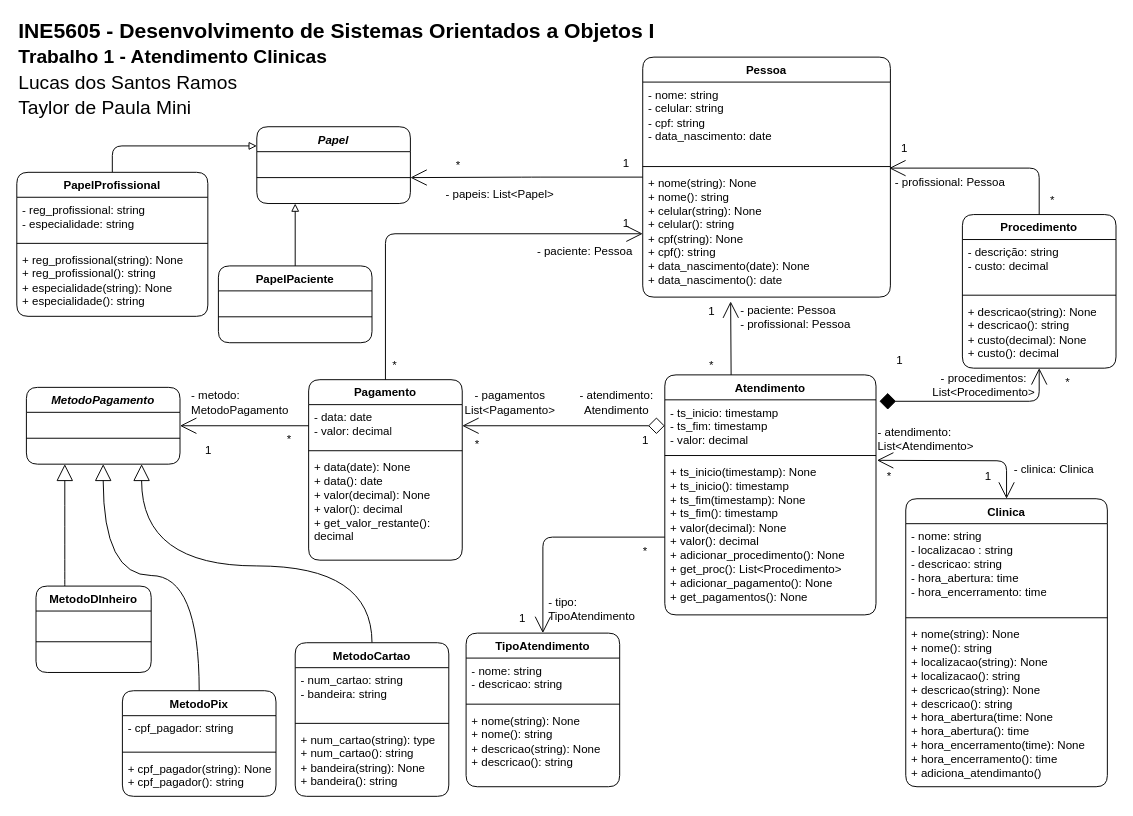
Earlier version of the draw.io diagram docs/Diagrama Clinica UML.drawio (ramoslucas-lr/ine5605-gerenciador-clinicas). Source tidied: cells renumbered, new cells numbered last; positions are measured from the earlier drawing's top-left corner, leaving out a move shared by most shapes. Both pictures are drawn from the tidied source at 96%, with x=0, y=0 at pixel (16, 16).
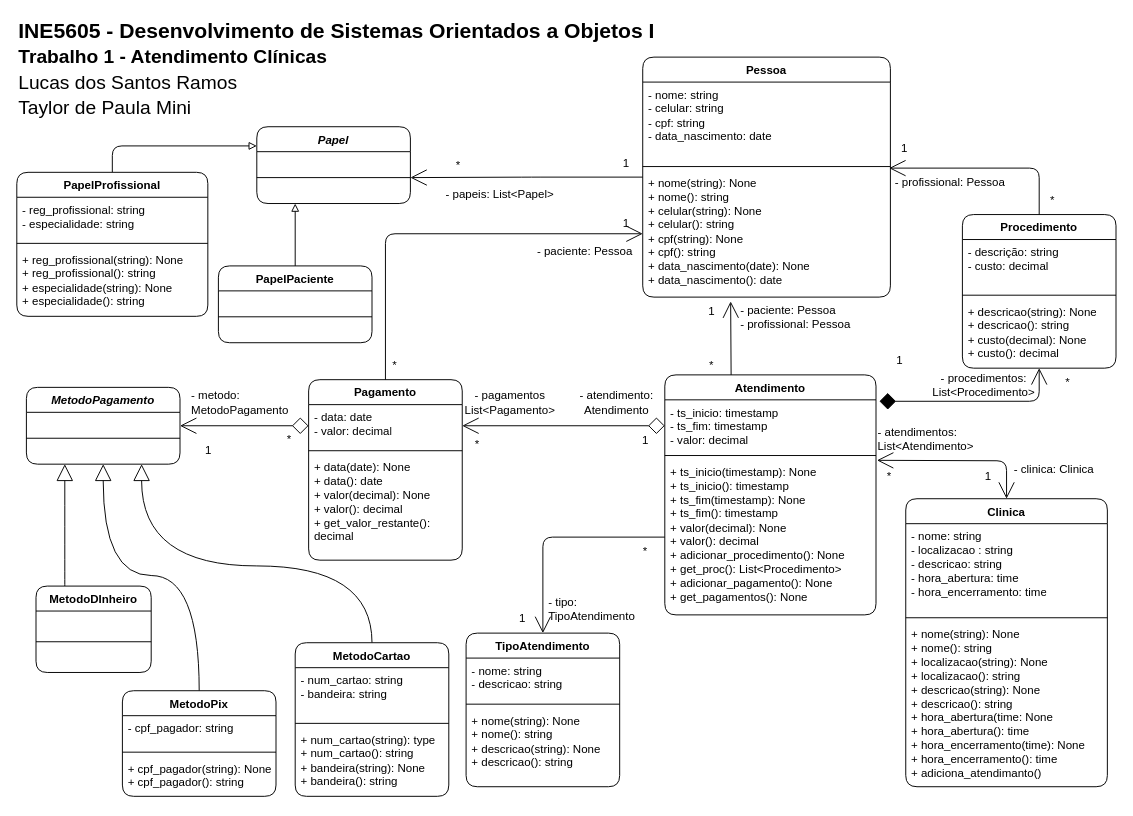
The same diagram, later.

Commit message:
feat: atualiza a relação de pagamento - método para agregação.

The change refers to these unchanged cells:
```xml
<mxCell id="19" value="- data: date&lt;div&gt;&lt;div&gt;&lt;span style=&quot;background-color: transparent; color: light-dark(rgb(0, 0, 0), rgb(255, 255, 255));&quot;&gt;- valor: decimal&lt;/span&gt;&lt;/div&gt;&lt;/div&gt;" style="text;strokeColor=none;fillColor=none;align=left;verticalAlign=top;spacingLeft=4;spacingRight=4;overflow=hidden;points=[[0,0.5],[1,0.5]];portConstraint=eastwest;whiteSpace=wrap;html=1;rounded=1;" parent="18" vertex="1">
  <mxGeometry y="26" width="160" height="44" as="geometry" />
</mxCell>
<mxCell id="51" value="&lt;i&gt;MetodoPagamento&lt;/i&gt;" style="swimlane;fontStyle=1;align=center;verticalAlign=top;horizontal=1;startSize=26;whiteSpace=wrap;html=1;rounded=1;" parent="1" vertex="1">
  <mxGeometry x="10" y="386" width="160" height="80" as="geometry" />
</mxCell>
```

Change to the diagram source:
```diff
@@
-    <mxCell id="53" style="edgeStyle=orthogonalEdgeStyle;rounded=1;jettySize=auto;html=1;entryX=1;entryY=0.5;entryDx=0;entryDy=0;endArrow=open;endFill=0;strokeWidth=1;endSize=15;" parent="1" edge="1" source="19" target="51">
+    <mxCell id="53" style="edgeStyle=orthogonalEdgeStyle;rounded=1;jettySize=auto;html=1;entryX=1;entryY=0.5;entryDx=0;entryDy=0;endArrow=open;endFill=0;strokeWidth=1;endSize=15;startArrow=diamond;startFill=0;startSize=15;" parent="1" edge="1" source="19" target="51">
       <mxGeometry relative="1" as="geometry" />
     </mxCell>
@@
-    <mxCell id="88" value="&lt;b&gt;INE5605 - Desenvolvimento de Sistemas Orientados a Objetos I&lt;/b&gt;&lt;div&gt;&lt;b&gt;&lt;font style=&quot;font-size: 20px;&quot;&gt;Trabalho 1 - Atendimento Clinicas&lt;/font&gt;&lt;/b&gt;&lt;/div&gt;&lt;div&gt;&lt;font style=&quot;font-size: 20px;&quot;&gt;Lucas dos Santos Ramos&lt;/font&gt;&lt;/div&gt;&lt;div&gt;&lt;font style=&quot;font-size: 20px;&quot;&gt;Taylor de Paula Mini&lt;/font&gt;&lt;/div&gt;" style="text;html=1;whiteSpace=wrap;strokeColor=none;fillColor=none;align=left;verticalAlign=middle;rounded=0;fontSize=22;" parent="1" vertex="1">
+    <mxCell id="88" value="&lt;b&gt;INE5605 - Desenvolvimento de Sistemas Orientados a Objetos I&lt;/b&gt;&lt;div&gt;&lt;b&gt;&lt;font style=&quot;font-size: 20px;&quot;&gt;Trabalho 1 - Atendimento Clínicas&lt;/font&gt;&lt;/b&gt;&lt;/div&gt;&lt;div&gt;&lt;font style=&quot;font-size: 20px;&quot;&gt;Lucas dos Santos Ramos&lt;/font&gt;&lt;/div&gt;&lt;div&gt;&lt;font style=&quot;font-size: 20px;&quot;&gt;Taylor de Paula Mini&lt;/font&gt;&lt;/div&gt;" style="text;html=1;whiteSpace=wrap;strokeColor=none;fillColor=none;align=left;verticalAlign=middle;rounded=0;fontSize=22;" parent="1" vertex="1">
       <mxGeometry y="-0.5" width="680" height="110" as="geometry" />
     </mxCell>
-    <mxCell id="89" value="- atendimento: List&amp;lt;Atendimento&amp;gt;" style="text;html=1;whiteSpace=wrap;strokeColor=none;fillColor=none;align=left;verticalAlign=middle;rounded=1;" parent="1" vertex="1">
+    <mxCell id="89" value="- atendimentos: List&amp;lt;Atendimento&amp;gt;" style="text;html=1;whiteSpace=wrap;strokeColor=none;fillColor=none;align=left;verticalAlign=middle;rounded=1;" parent="1" vertex="1">
       <mxGeometry x="895" y="425" width="100" height="30" as="geometry" />
     </mxCell>
```
